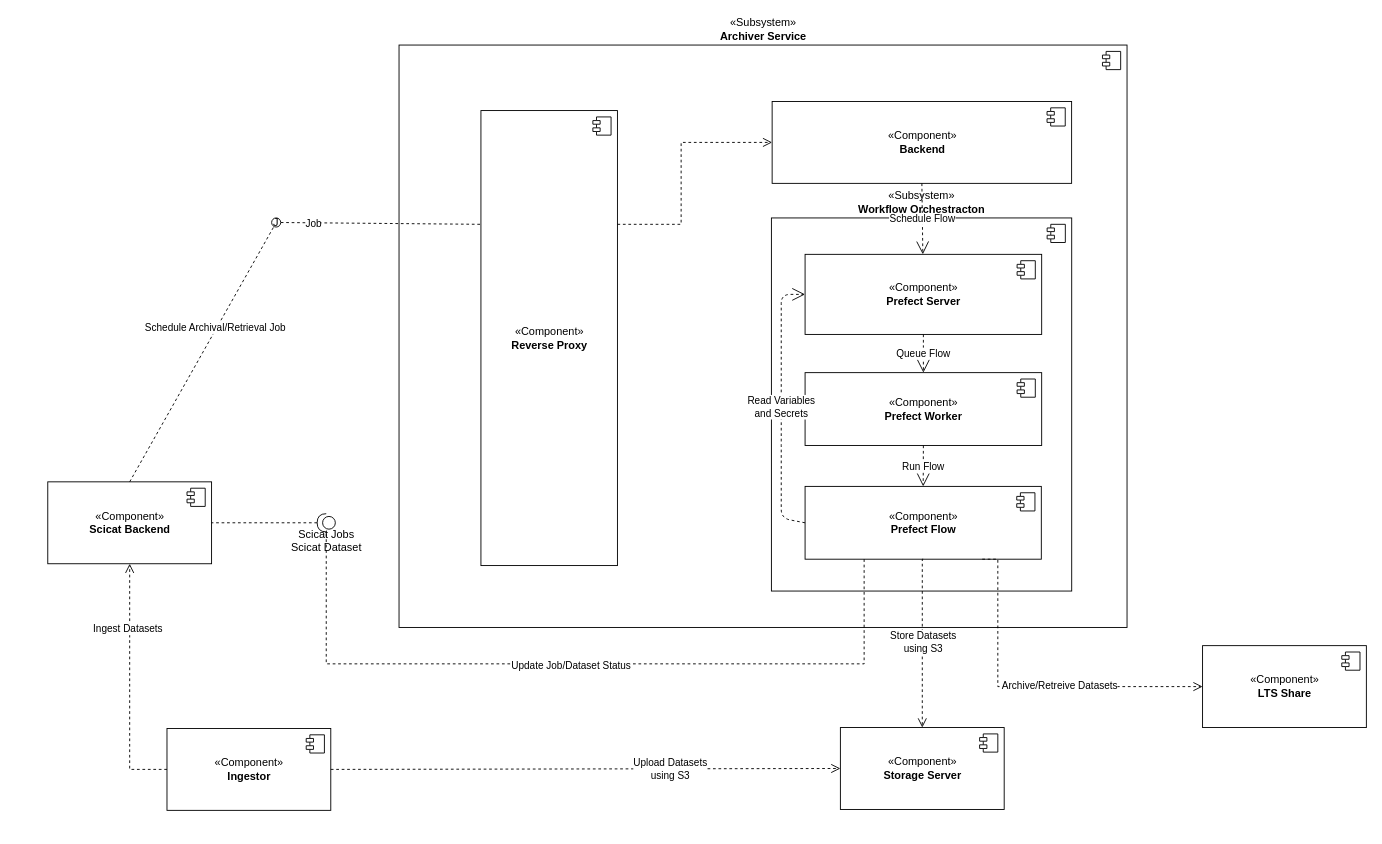
The draw.io diagram docs/components.drawio in SwissOpenEM/ScopeMArchiver, before the edit. Source tidied: cells renumbered, new cells numbered last; positions are measured from the earlier drawing's top-left corner, leaving out a move shared by most shapes. Both pictures are drawn from the tidied source at 91%, with x=0, y=0 at pixel (15, 45).
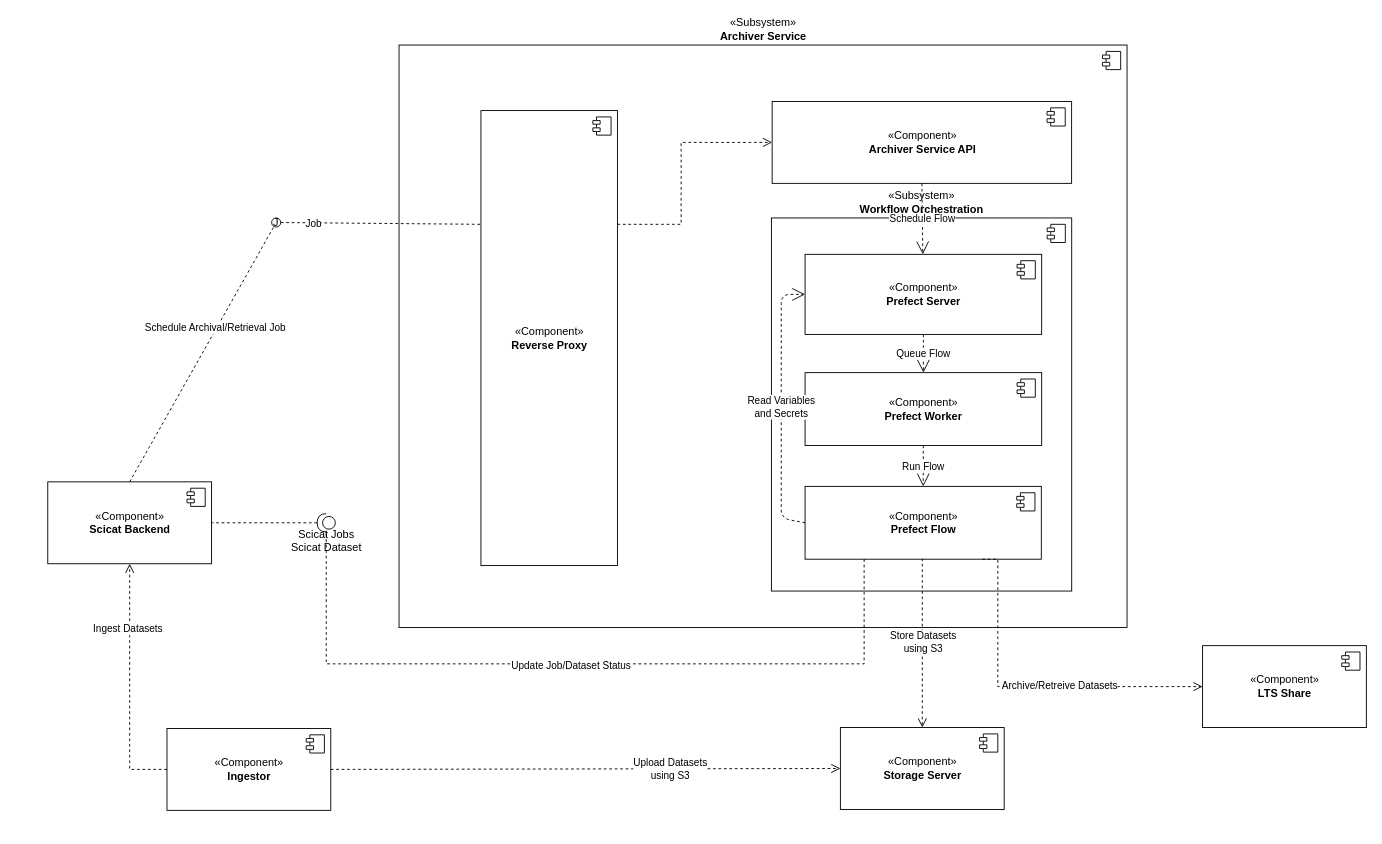
The same page after the edit.

Commit message (it also covers changes not shown here):
refactor: rename archiver-backend and openem-backend to archiver-service-api

Unchanged cells that the change refers to:
```xml
<mxCell id="2" style="group;" parent="1" vertex="1">
  <mxGeometry x="421" width="800" height="640" as="geometry" />
</mxCell>
<mxCell id="10" style="group;" parent="2" vertex="1">
  <mxGeometry x="409.2" y="190" width="330" height="410" as="geometry" />
</mxCell>
```

What changed in the source:
```diff
@@
-    <mxCell id="5" value="«Component»&lt;br&gt;&lt;b&gt;Backend&lt;/b&gt;" style="html=1;" parent="2" vertex="1">
+    <mxCell id="5" value="«Component»&lt;br&gt;&lt;b&gt;Archiver Service API&lt;/b&gt;" style="html=1;" parent="2" vertex="1">
       <mxGeometry x="410" y="62" width="329.1" height="90" as="geometry" />
     </mxCell>
@@
-    <mxCell id="11" value="&lt;div style=&quot;text-align: center;&quot;&gt;&lt;span style=&quot;background-color: initial;&quot;&gt;«Subsystem»&lt;/span&gt;&lt;/div&gt;&lt;b&gt;Workflow Orchestracton&lt;/b&gt;" style="html=1;labelPosition=center;verticalLabelPosition=top;align=center;verticalAlign=bottom;" parent="10" vertex="1">
+    <mxCell id="11" value="&lt;div style=&quot;text-align: center;&quot;&gt;&lt;span style=&quot;background-color: initial;&quot;&gt;«Subsystem»&lt;/span&gt;&lt;/div&gt;&lt;b&gt;Workflow Orchestration&lt;/b&gt;" style="html=1;labelPosition=center;verticalLabelPosition=top;align=center;verticalAlign=bottom;" parent="10" vertex="1">
       <mxGeometry width="330" height="410" as="geometry" />
     </mxCell>
```
